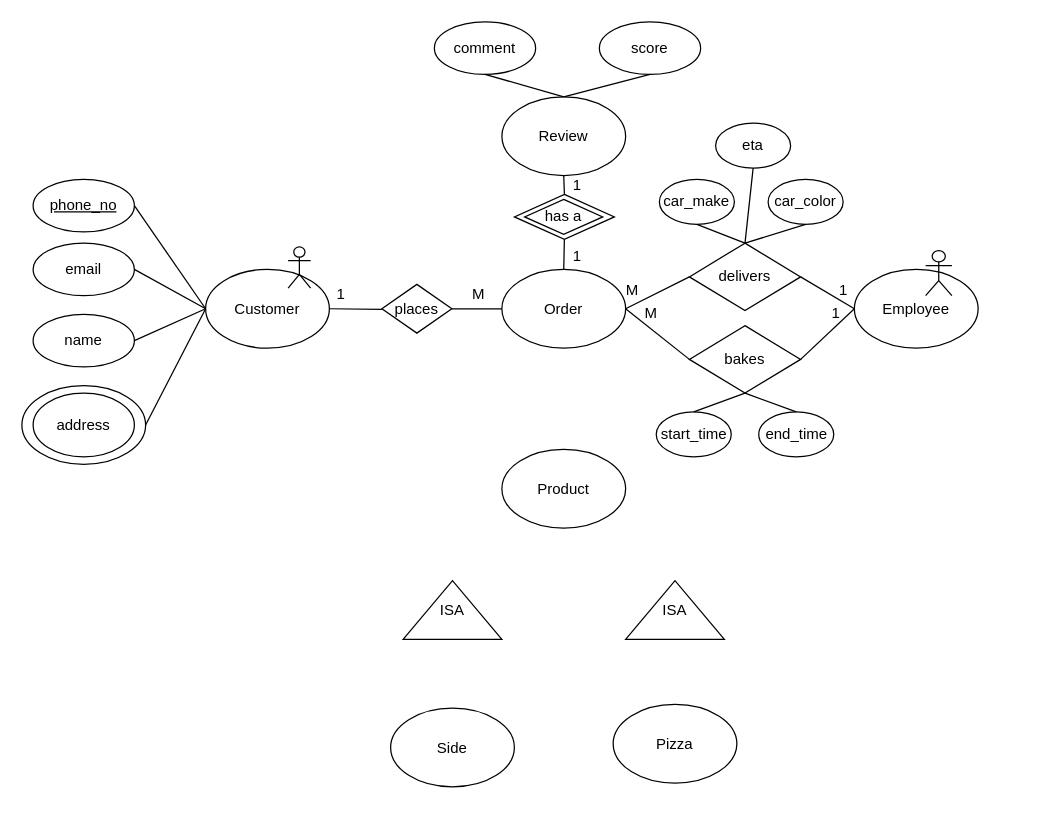
jb065/CS-564-Project keeps this draw.io diagram as Untitled Diagram.drawio. Above is the earlier version. Source tidied: cells renumbered, new cells numbered last; positions are measured from the earlier drawing's top-left corner, leaving out a move shared by most shapes. Both pictures are drawn from the tidied source at 125%, with x=0, y=0 at pixel (21, 21).
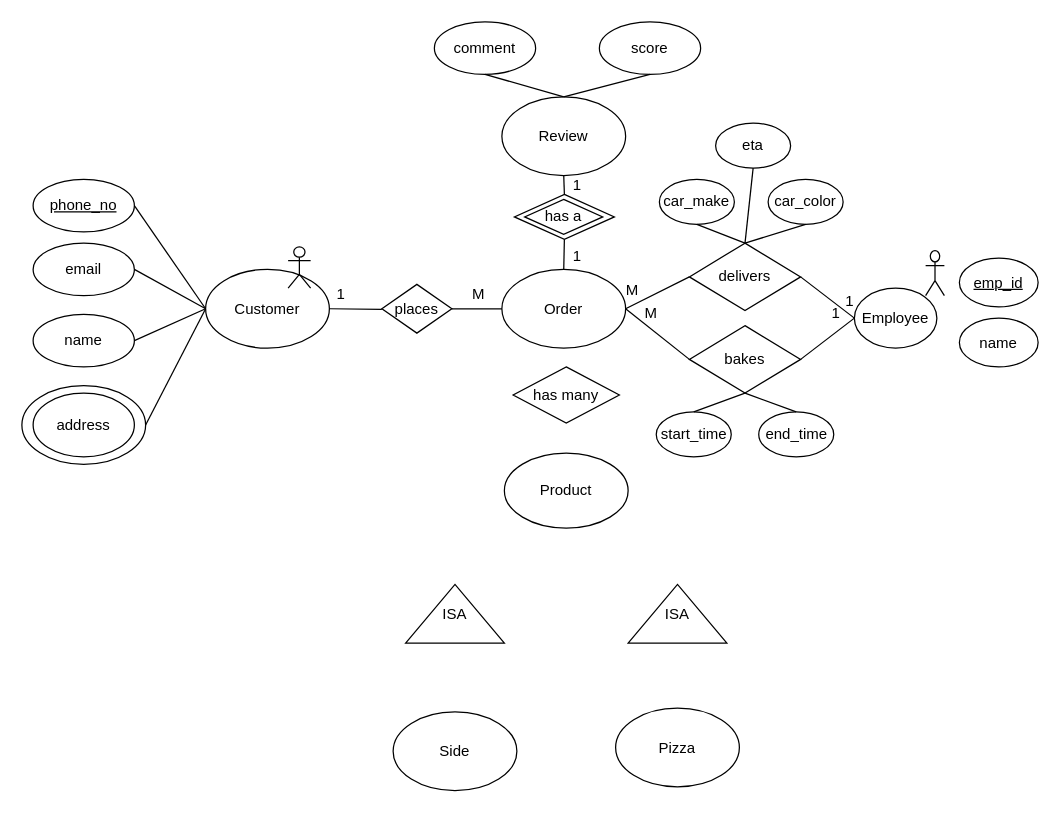
The same page after the edit.

Diff of the diagram source:
```diff
@@
     <mxCell id="6" value="Employee" style="ellipse;whiteSpace=wrap;html=1;" parent="1" vertex="1">
-      <mxGeometry x="666" y="198" width="99" height="63" as="geometry" />
+      <mxGeometry x="666" y="213" width="66" height="48" as="geometry" />
     </mxCell>
     <mxCell id="7" value="Product" style="ellipse;whiteSpace=wrap;html=1;" parent="1" vertex="1">
-      <mxGeometry x="384" y="342" width="99" height="63" as="geometry" />
+      <mxGeometry x="386" y="345" width="99" height="60" as="geometry" />
     </mxCell>
     <mxCell id="8" value="ISA" style="triangle;whiteSpace=wrap;html=1;direction=north;" parent="1" vertex="1">
-      <mxGeometry x="305" y="447" width="79" height="47" as="geometry" />
+      <mxGeometry x="307" y="450" width="79" height="47" as="geometry" />
     </mxCell>
     <mxCell id="9" value="ISA" style="triangle;whiteSpace=wrap;html=1;direction=north;" parent="1" vertex="1">
-      <mxGeometry x="483" y="447" width="79" height="47" as="geometry" />
+      <mxGeometry x="485" y="450" width="79" height="47" as="geometry" />
     </mxCell>
     <mxCell id="10" value="Side" style="ellipse;whiteSpace=wrap;html=1;" parent="1" vertex="1">
-      <mxGeometry x="295" y="549" width="99" height="63" as="geometry" />
+      <mxGeometry x="297" y="552" width="99" height="63" as="geometry" />
     </mxCell>
     <mxCell id="11" value="Pizza" style="ellipse;whiteSpace=wrap;html=1;" parent="1" vertex="1">
-      <mxGeometry x="473" y="546" width="99" height="63" as="geometry" />
+      <mxGeometry x="475" y="549" width="99" height="63" as="geometry" />
     </mxCell>
@@
     <mxCell id="22" style="shape=umlActor;verticalLabelPosition=bottom;verticalAlign=top;html=1;" parent="1" vertex="1">
-      <mxGeometry x="723" y="183" width="21" height="36" as="geometry" />
+      <mxGeometry x="723" y="183" width="15" height="36" as="geometry" />
     </mxCell>
@@
     <mxCell id="43" value="1" style="text;html=1;align=center;verticalAlign=middle;strokeColor=none;fillColor=none;" parent="1" vertex="1">
-      <mxGeometry x="643" y="201" width="27" height="27" as="geometry" />
+      <mxGeometry x="648" y="210" width="27" height="27" as="geometry" />
     </mxCell>
@@
+    <mxCell id="57" value="&lt;u&gt;emp_id&lt;/u&gt;" style="ellipse;whiteSpace=wrap;html=1;" parent="1" vertex="1">
+      <mxGeometry x="750" y="189" width="63" height="39" as="geometry" />
+    </mxCell>
+    <mxCell id="58" value="name" style="ellipse;whiteSpace=wrap;html=1;" parent="1" vertex="1">
+      <mxGeometry x="750" y="237" width="63" height="39" as="geometry" />
+    </mxCell>
+    <mxCell id="59" value="has many" style="rhombus;whiteSpace=wrap;html=1;" parent="1" vertex="1">
+      <mxGeometry x="393" y="276" width="85" height="45" as="geometry" />
+    </mxCell>
```
